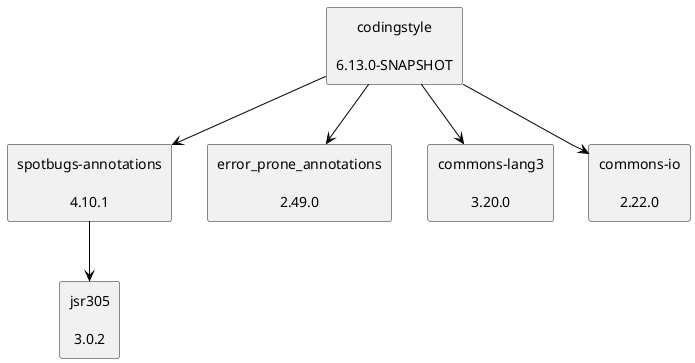
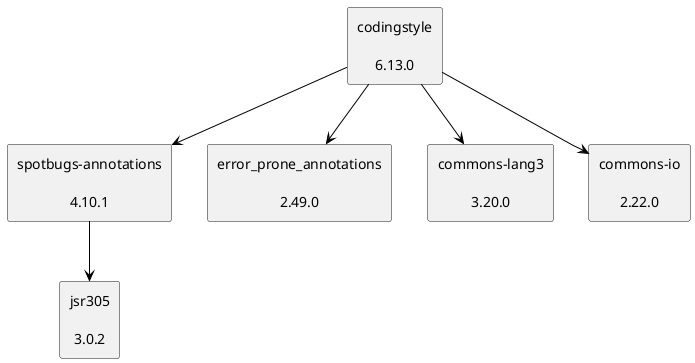
@startuml
skinparam defaultTextAlignment center
skinparam rectangle {
  BackgroundColor<<optional>> beige
  BackgroundColor<<test>> lightGreen
  BackgroundColor<<runtime>> lightBlue
  BackgroundColor<<provided>> lightGray
}
rectangle "spotbugs-annotations\n\n4.10.1" as com_github_spotbugs_spotbugs_annotations_jar
rectangle "jsr305\n\n3.0.2" as com_google_code_findbugs_jsr305_jar
- rectangle "codingstyle\n\n6.13.0-SNAPSHOT" as edu_hm_hafner_codingstyle_jar
+ rectangle "codingstyle\n\n6.13.0" as edu_hm_hafner_codingstyle_jar
rectangle "error_prone_annotations\n\n2.49.0" as com_google_errorprone_error_prone_annotations_jar
rectangle "commons-lang3\n\n3.20.0" as org_apache_commons_commons_lang3_jar
rectangle "commons-io\n\n2.22.0" as commons_io_commons_io_jar
com_github_spotbugs_spotbugs_annotations_jar -[#000000]-> com_google_code_findbugs_jsr305_jar
edu_hm_hafner_codingstyle_jar -[#000000]-> com_github_spotbugs_spotbugs_annotations_jar
edu_hm_hafner_codingstyle_jar -[#000000]-> com_google_errorprone_error_prone_annotations_jar
edu_hm_hafner_codingstyle_jar -[#000000]-> org_apache_commons_commons_lang3_jar
edu_hm_hafner_codingstyle_jar -[#000000]-> commons_io_commons_io_jar
@enduml